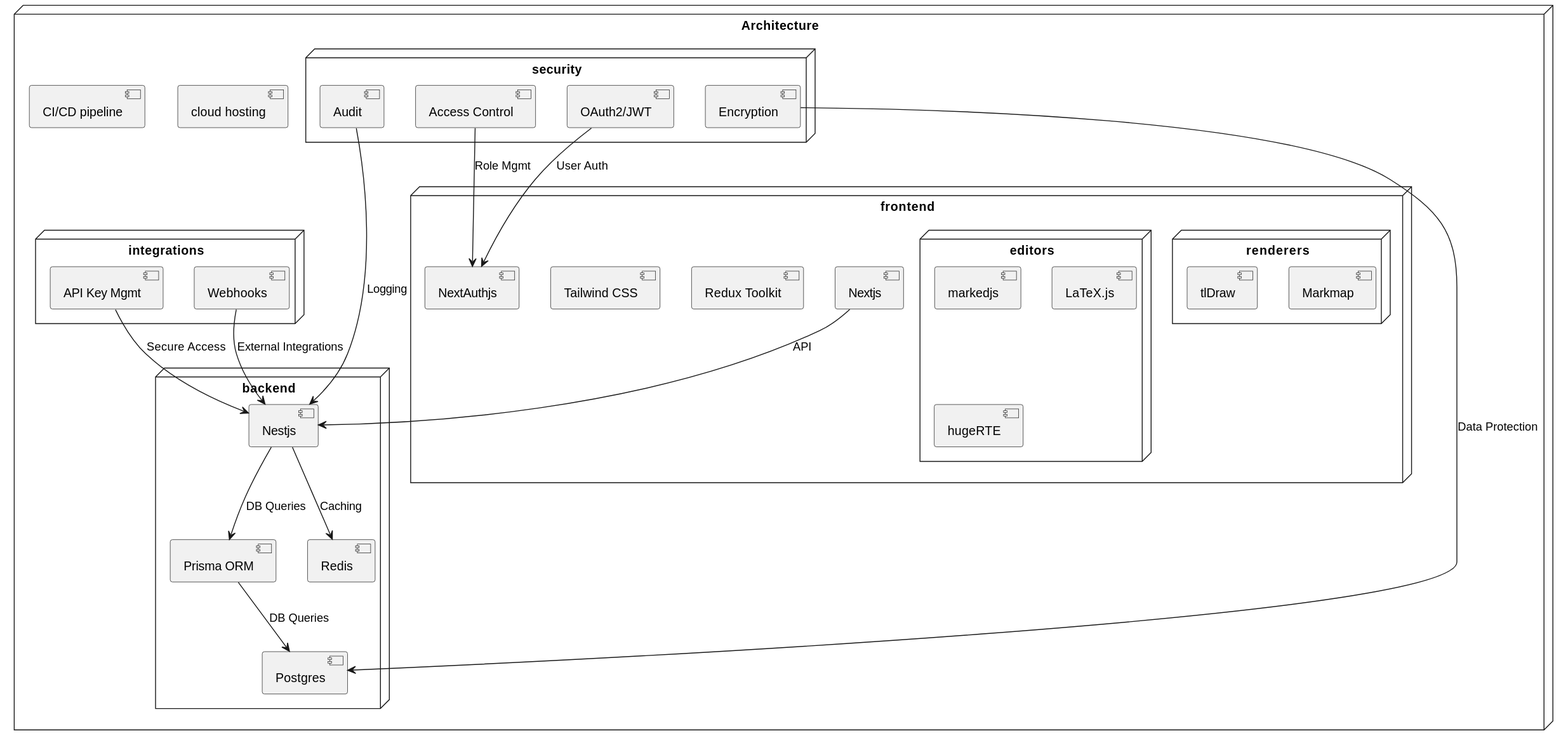
This is img/arch.svg from pgaljan/atlas, a PlantUML export, as it was before one commit.
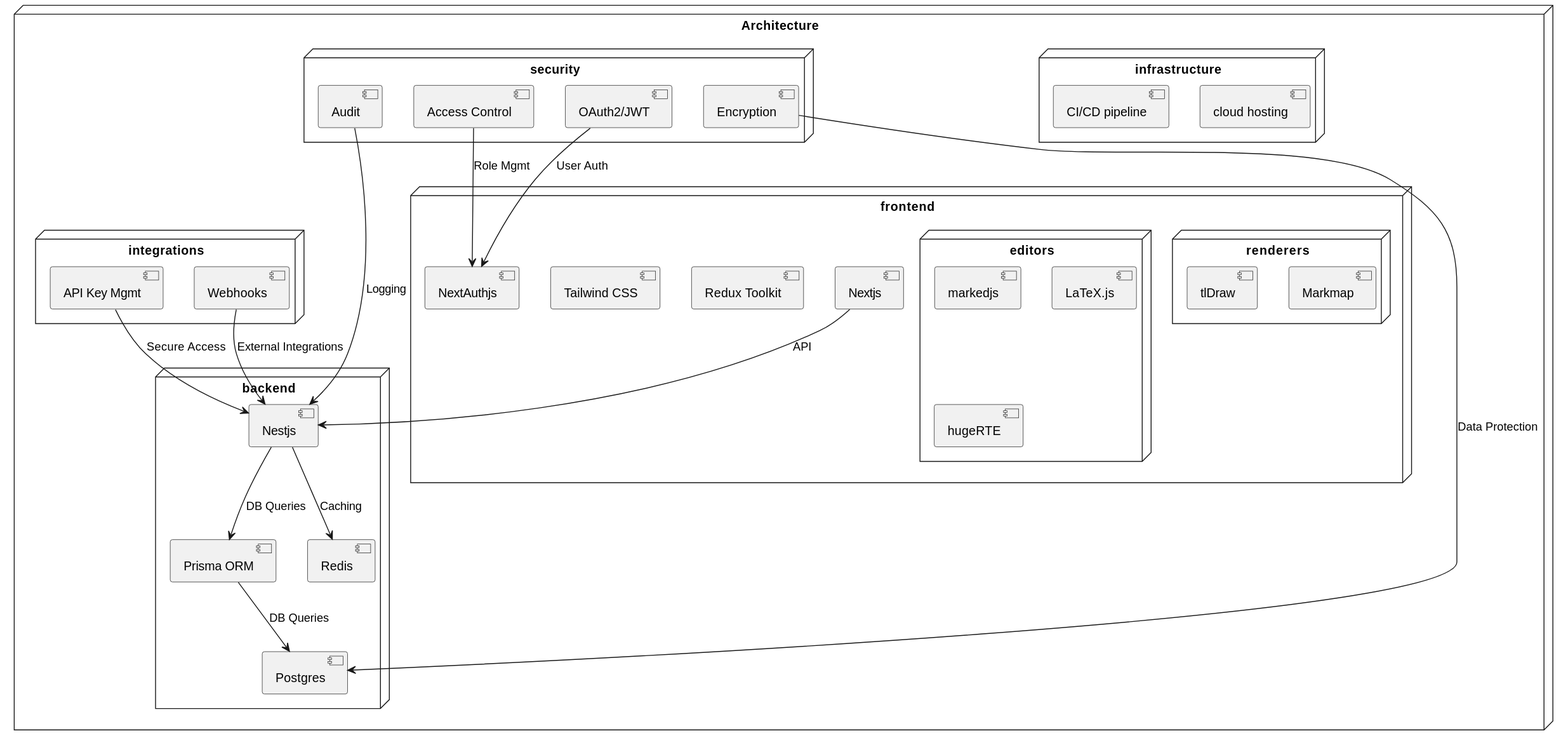
Above is the later version.

Commit message:
fix arch diag

Change to the diagram source:
```diff
@@ -1,7 +1,9 @@
 @startuml
     node "Architecture" {
-        [cloud hosting]
-        [CI/CD pipeline]
+        node "infrastructure"{
+            [cloud hosting]
+            [CI/CD pipeline]
+            }
 
     node "security"{
         [Access Control]
```
